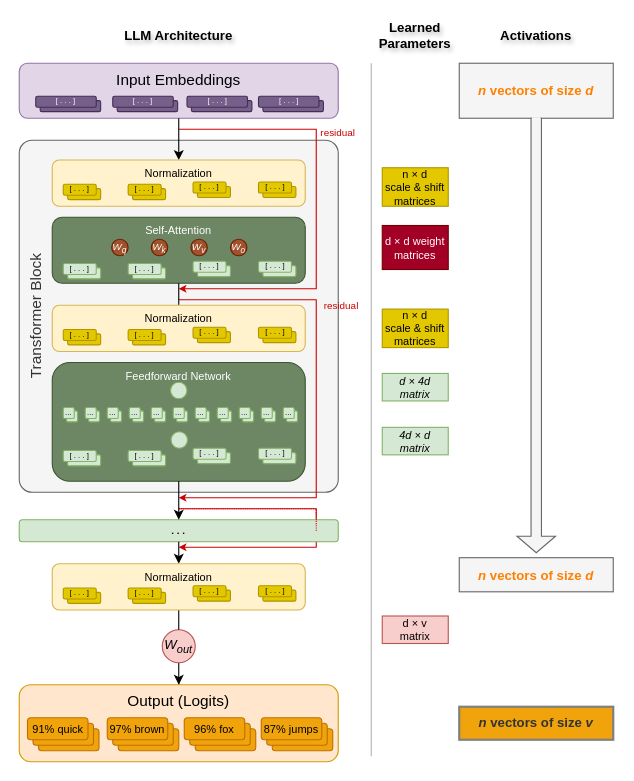
This is book/images/tensors/architecture-concepts.drawio from yshavit/llm-notes, a draw.io file, before an edit. Source tidied: cells renumbered, new cells numbered last; positions are measured from the earlier drawing's top-left corner, leaving out a move shared by most shapes. Both pictures are drawn from the tidied source at 110%, with x=0, y=0 at pixel (19, 19).
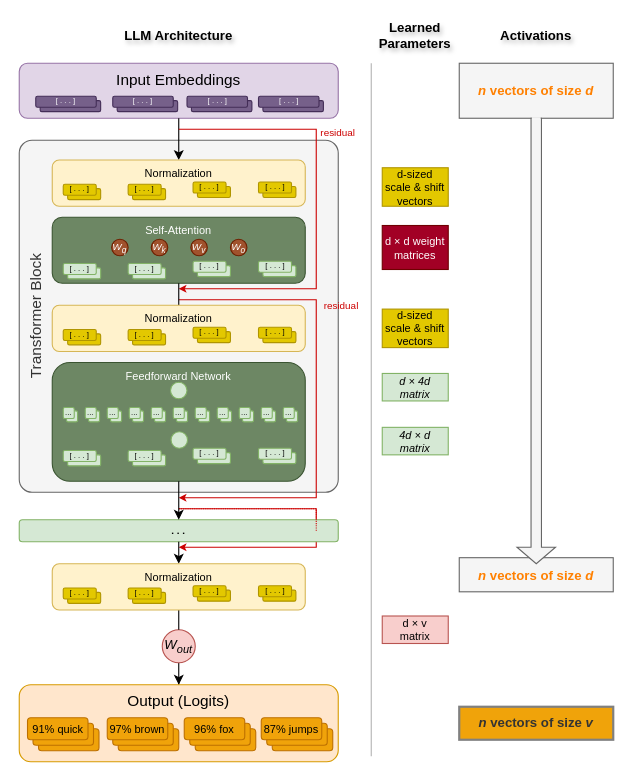
Above is the later version.

What changed in the source:
```diff
@@
     <mxCell id="113" style="html=1;shadow=0;dashed=0;align=center;verticalAlign=middle;shape=mxgraph.arrows2.arrow;dy=0.73;dx=15;direction=south;notch=0;fillColor=#f5f5f5;fontColor=#333333;strokeColor=#666666;" parent="1" vertex="1">
-      <mxGeometry x="452.5" y="90" width="35" height="395" as="geometry" />
+      <mxGeometry x="452.5" y="90" width="35" height="405" as="geometry" />
     </mxCell>
@@
-    <mxCell id="135" value="n × d&lt;div&gt;scale &amp;amp; shift&lt;div&gt;matrices&lt;/div&gt;&lt;/div&gt;" style="rounded=0;whiteSpace=wrap;html=1;fillColor=#e3c800;strokeColor=#B09500;fontSize=10;fontColor=#000000;" parent="1" vertex="1">
+    <mxCell id="135" value="d-sized&lt;div&gt;scale &amp;amp; shift&lt;div&gt;vectors&lt;/div&gt;&lt;/div&gt;" style="rounded=0;whiteSpace=wrap;html=1;fillColor=#e3c800;strokeColor=#B09500;fontSize=10;fontColor=#000000;" parent="1" vertex="1">
       <mxGeometry x="330" y="135" width="60" height="35" as="geometry" />
     </mxCell>
-    <mxCell id="136" value="n × d&lt;div&gt;scale &amp;amp; shift&lt;div&gt;matrices&lt;/div&gt;&lt;/div&gt;" style="rounded=0;whiteSpace=wrap;html=1;fillColor=#e3c800;strokeColor=#B09500;fontSize=10;fontColor=#000000;" parent="1" vertex="1">
+    <mxCell id="136" value="d-sized&lt;div&gt;scale &amp;amp; shift&lt;div&gt;vectors&lt;/div&gt;&lt;/div&gt;" style="rounded=0;whiteSpace=wrap;html=1;fillColor=#e3c800;strokeColor=#B09500;fontSize=10;fontColor=#000000;" parent="1" vertex="1">
       <mxGeometry x="330" y="263.5" width="60" height="35" as="geometry" />
     </mxCell>
```
